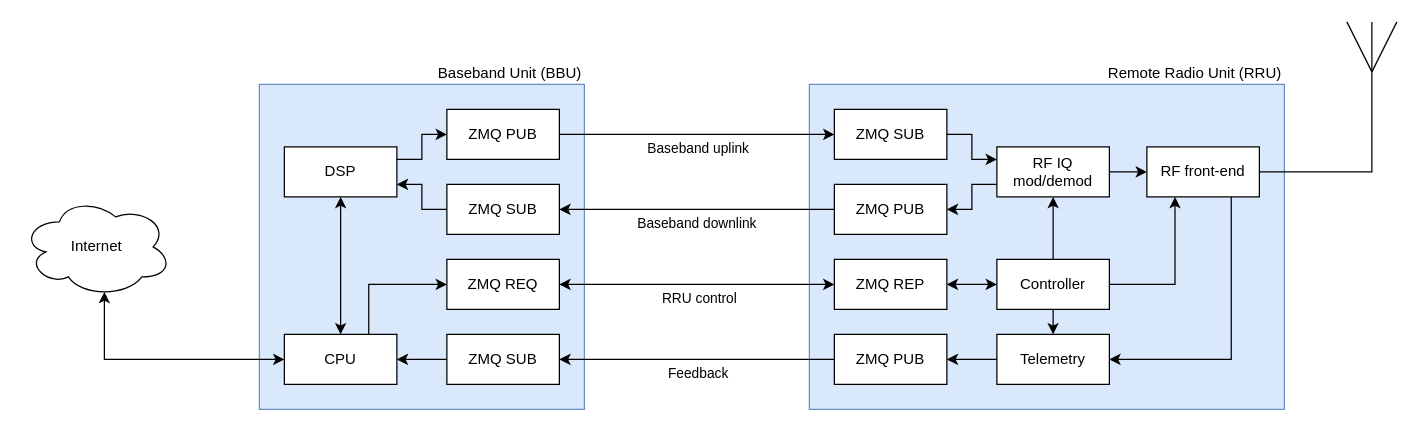
The draw.io diagram gfx/CARI.drawio in M17-Project/CARI, before the edit. Source tidied: cells renumbered, new cells numbered last; positions are measured from the earlier drawing's top-left corner, leaving out a move shared by most shapes. Both pictures are drawn from the tidied source at 125%, with x=0, y=0 at pixel (21, 21).
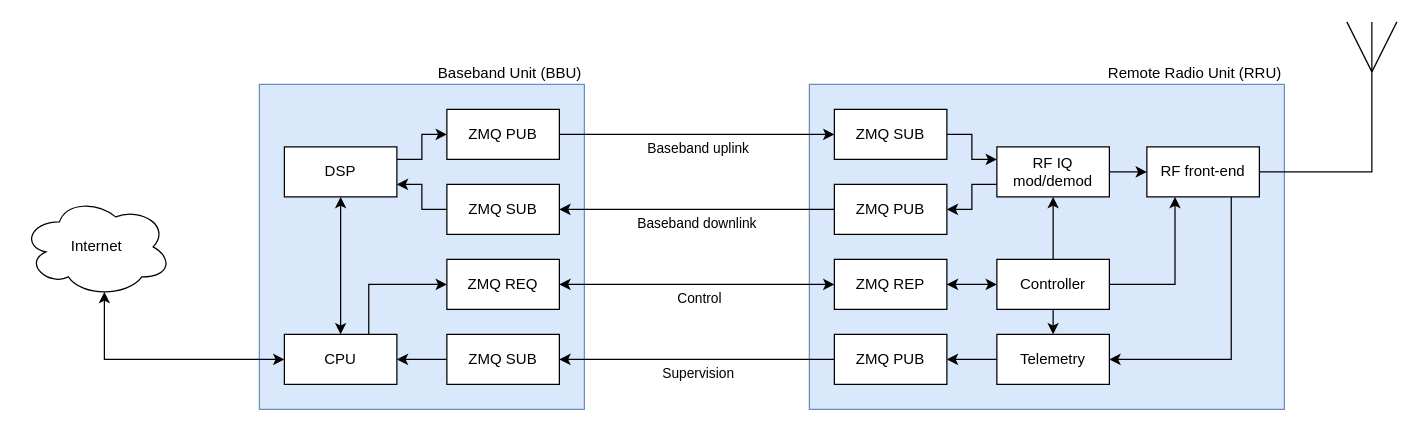
After the change.

Unchanged cells that the change refers to:
```xml
<mxCell id="24" style="edgeStyle=orthogonalEdgeStyle;rounded=0;jettySize=auto;html=1;exitX=1;exitY=0.5;exitDx=0;exitDy=0;entryX=0;entryY=0.5;entryDx=0;entryDy=0;startArrow=classic;startFill=1;" parent="1" edge="1" source="26" target="14">
  <mxGeometry relative="1" as="geometry" />
</mxCell>
<mxCell id="33" style="edgeStyle=orthogonalEdgeStyle;rounded=0;jettySize=auto;html=1;exitX=0;exitY=0.5;exitDx=0;exitDy=0;entryX=1;entryY=0.5;entryDx=0;entryDy=0;" parent="1" edge="1" source="35" target="37">
  <mxGeometry relative="1" as="geometry" />
</mxCell>
```

Change to the diagram source:
```diff
@@
-    <mxCell id="25" value="RRU control" style="edgeLabel;html=1;align=center;verticalAlign=middle;" parent="24" vertex="1">
+    <mxCell id="25" value="Control" style="edgeLabel;html=1;align=center;verticalAlign=middle;" parent="24" vertex="1">
       <mxGeometry x="-0.02" y="1" relative="1" as="geometry">
         <mxPoint x="3" y="11" as="offset" />
       </mxGeometry>
     </mxCell>
@@
-    <mxCell id="34" value="Feedback" style="edgeLabel;html=1;align=center;verticalAlign=middle;" parent="33" vertex="1">
+    <mxCell id="34" value="Supervision" style="edgeLabel;html=1;align=center;verticalAlign=middle;" parent="33" vertex="1">
       <mxGeometry x="-0.03" relative="1" as="geometry">
         <mxPoint x="-3" y="10" as="offset" />
       </mxGeometry>
     </mxCell>
```
